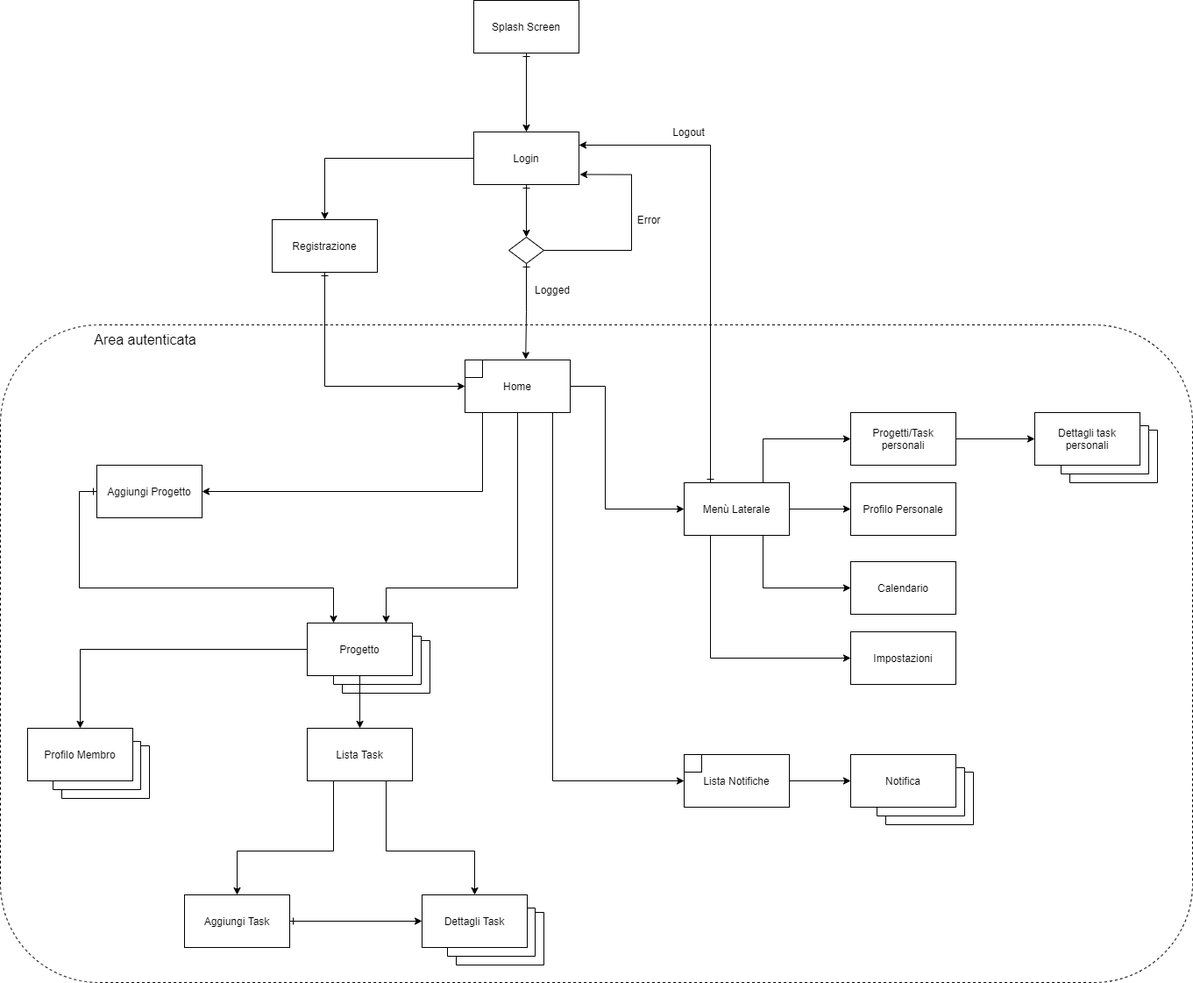
This is Documentazione/Diagrammi/Diagrammi .png/BeeWork-Nav_model.png from SelVer99/BeeWork, a draw.io export, as it was before one commit. Source tidied: cells renumbered, new cells last; positions are measured from the earlier drawing's top-left corner, leaving out a move shared by most shapes.
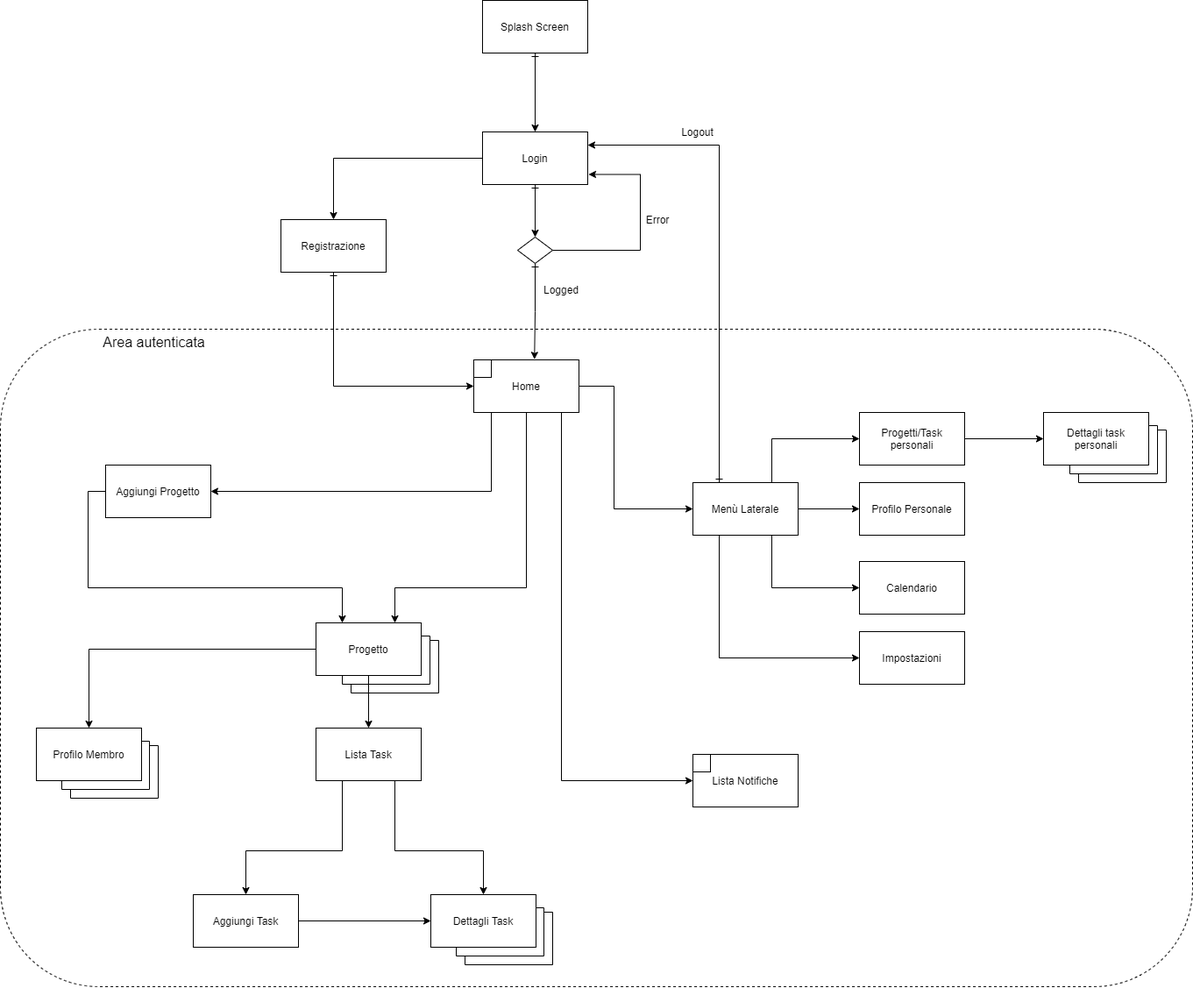
The same diagram one commit later.

Diff of the diagram source:
```diff
@@ -72,44 +72,9 @@
     <mxCell id="15" value="Menù Laterale" style="rounded=0;whiteSpace=wrap;html=1;" parent="1" vertex="1">
       <mxGeometry x="780" y="550" width="120" height="60" as="geometry" />
     </mxCell>
-    <mxCell id="16" style="edgeStyle=orthogonalEdgeStyle;rounded=0;jettySize=auto;html=1;exitX=1;exitY=0.5;exitDx=0;exitDy=0;entryX=0;entryY=0.5;entryDx=0;entryDy=0;startArrow=none;startFill=0;" parent="1" edge="1" source="17" target="22">
-      <mxGeometry relative="1" as="geometry" />
-    </mxCell>
     <mxCell id="17" value="Lista Notifiche" style="rounded=0;whiteSpace=wrap;html=1;" parent="1" vertex="1">
       <mxGeometry x="780" y="860" width="120" height="60" as="geometry" />
     </mxCell>
-    <mxCell id="18" style="group;" parent="1" vertex="1">
-      <mxGeometry x="970" y="860" width="140" height="80" as="geometry" />
-    </mxCell>
-    <mxCell id="19" style="group;" parent="18" vertex="1">
-      <mxGeometry width="140" height="80" as="geometry" />
-    </mxCell>
-    <mxCell id="20" style="endArrow=none;html=1;rounded=0;" parent="19" edge="1">
-      <mxGeometry relative="1" as="geometry">
-        <mxPoint x="40" y="70" as="sourcePoint" />
-        <mxPoint x="130" y="20" as="targetPoint" />
-        <Array as="points">
-          <mxPoint x="40" y="80" />
-          <mxPoint x="140" y="80" />
-          <mxPoint x="140" y="20" />
-        </Array>
-      </mxGeometry>
-    </mxCell>
-    <mxCell id="21" style="group;" parent="19" vertex="1">
-      <mxGeometry width="120" height="60" as="geometry" />
-    </mxCell>
-    <mxCell id="22" value="Notifica" style="rounded=0;whiteSpace=wrap;html=1;" parent="21" vertex="1">
-      <mxGeometry width="120" height="60" as="geometry" />
-    </mxCell>
-    <mxCell id="23" style="edgeStyle=orthogonalEdgeStyle;rounded=0;orthogonalLoop=1;jettySize=auto;html=1;exitX=1;exitY=0.25;exitDx=0;exitDy=0;entryX=0.25;entryY=1;entryDx=0;entryDy=0;endArrow=none;endFill=0;" parent="21" edge="1" source="22" target="22">
-      <mxGeometry relative="1" as="geometry">
-        <Array as="points">
-          <mxPoint x="130" y="15" />
-          <mxPoint x="130" y="70" />
-          <mxPoint x="30" y="70" />
-        </Array>
-      </mxGeometry>
-    </mxCell>
     <mxCell id="24" value="Profilo Personale" style="rounded=0;whiteSpace=wrap;html=1;" parent="1" vertex="1">
       <mxGeometry x="970" y="550" width="120" height="60" as="geometry" />
     </mxCell>
@@ -216,7 +181,7 @@
     <mxCell id="44" value="Lista Task" style="rounded=0;whiteSpace=wrap;html=1;" parent="1" vertex="1">
       <mxGeometry x="350" y="830" width="120" height="60" as="geometry" />
     </mxCell>
-    <mxCell id="45" style="edgeStyle=orthogonalEdgeStyle;rounded=0;jettySize=auto;html=1;exitX=0;exitY=0.5;exitDx=0;exitDy=0;entryX=0.25;entryY=0;entryDx=0;entryDy=0;startArrow=ERone;startFill=0;" parent="1" edge="1" source="46" target="39">
+    <mxCell id="45" style="edgeStyle=orthogonalEdgeStyle;rounded=0;jettySize=auto;html=1;exitX=0;exitY=0.5;exitDx=0;exitDy=0;entryX=0.25;entryY=0;entryDx=0;entryDy=0;" parent="1" edge="1" source="46" target="39">
       <mxGeometry relative="1" as="geometry">
         <Array as="points">
           <mxPoint x="90" y="560" />
@@ -228,7 +193,7 @@
     <mxCell id="46" value="Aggiungi Progetto" style="rounded=0;whiteSpace=wrap;html=1;" parent="1" vertex="1">
       <mxGeometry x="110" y="530" width="120" height="60" as="geometry" />
     </mxCell>
-    <mxCell id="47" style="edgeStyle=orthogonalEdgeStyle;rounded=0;jettySize=auto;html=1;exitX=1;exitY=0.5;exitDx=0;exitDy=0;entryX=0;entryY=0.5;entryDx=0;entryDy=0;startArrow=ERone;startFill=0;" parent="1" edge="1" source="48" target="54">
+    <mxCell id="47" style="edgeStyle=orthogonalEdgeStyle;rounded=0;jettySize=auto;html=1;exitX=1;exitY=0.5;exitDx=0;exitDy=0;entryX=0;entryY=0.5;entryDx=0;entryDy=0;" parent="1" edge="1" source="48" target="54">
       <mxGeometry relative="1" as="geometry" />
     </mxCell>
     <mxCell id="48" value="Aggiungi Task" style="rounded=0;whiteSpace=wrap;html=1;" parent="1" vertex="1">
@@ -316,10 +281,10 @@
       <mxGeometry x="310" y="250" width="120" height="60" as="geometry" />
     </mxCell>
     <mxCell id="68" style="rounded=1;whiteSpace=wrap;html=1;fillColor=none;dashed=1;" parent="1" vertex="1">
-      <mxGeometry y="370" width="1360" height="750" as="geometry" />
+      <mxGeometry x="-10" y="375" width="1360" height="750" as="geometry" />
     </mxCell>
     <mxCell id="69" value="&lt;font style=&quot;font-size: 16px&quot;&gt;Area autenticata&lt;/font&gt;" style="text;html=1;align=center;verticalAlign=middle;" parent="1" vertex="1">
-      <mxGeometry x="100" y="377" width="130" height="20" as="geometry" />
+      <mxGeometry x="100" y="380" width="130" height="20" as="geometry" />
     </mxCell>
     <mxCell id="70" style="group;" parent="1" vertex="1">
       <mxGeometry x="30" y="830" width="140" height="80" as="geometry" />
```
